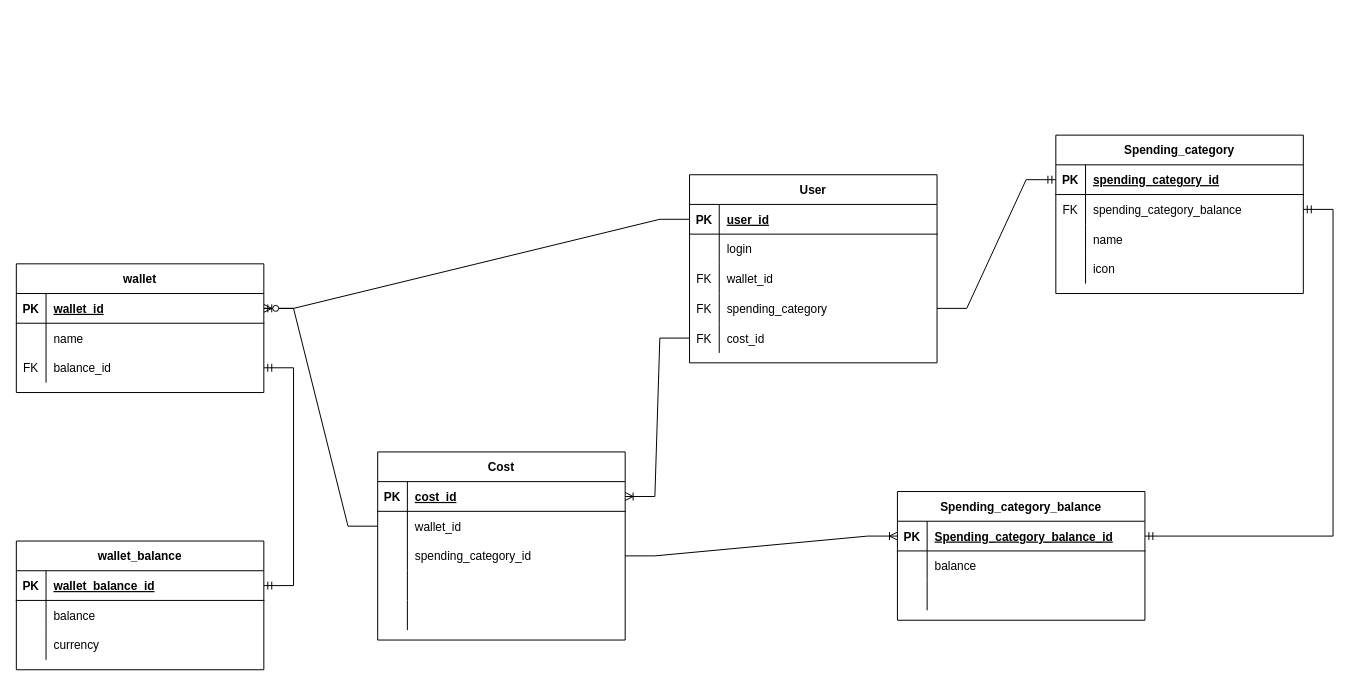
ayratkin/coin-keeper-server keeps this draw.io diagram as Диаграмма без названия.drawio. Above is the earlier version. Source tidied: cells renumbered, new cells numbered last; positions are measured from the earlier drawing's top-left corner, leaving out a move shared by most shapes. Both pictures are drawn from the tidied source at 99%, with x=0, y=0 at pixel (16, 135).
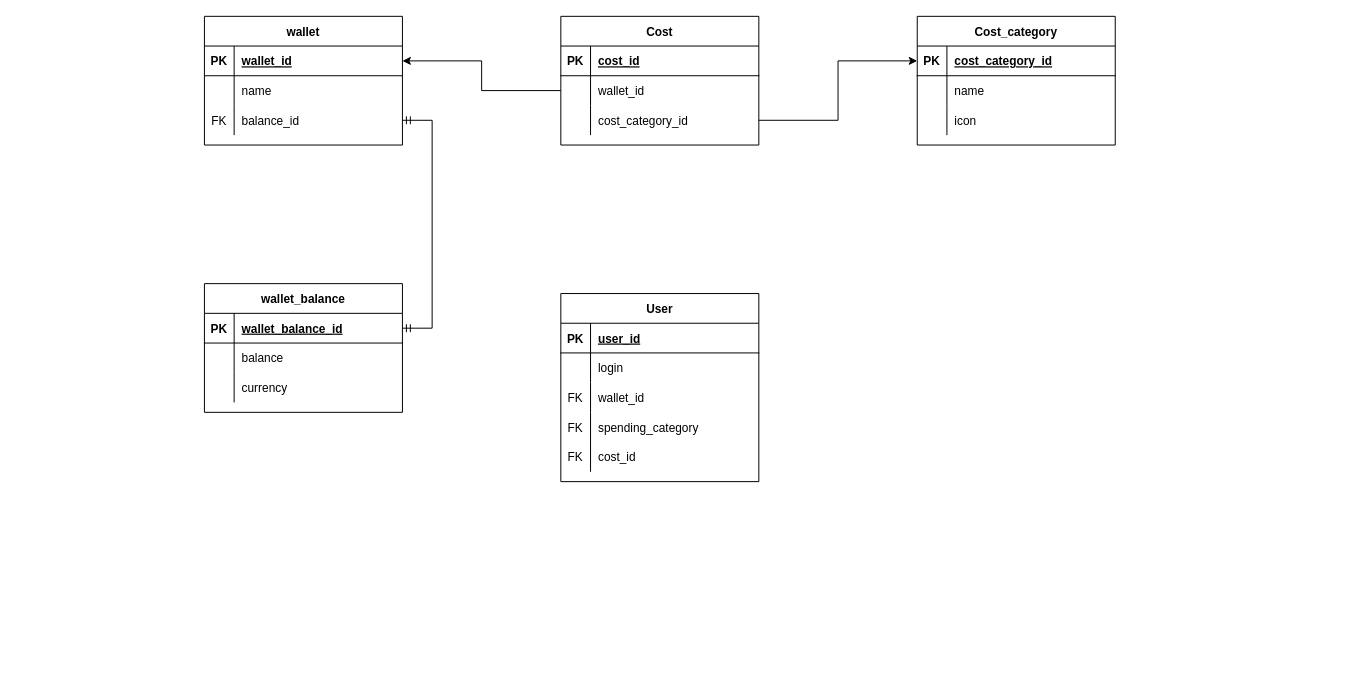
The same diagram, later.

The edit, as a diff of the source:
```diff
@@
     <mxCell id="2" value="wallet_balance" style="shape=table;startSize=30;childLayout=tableLayout;rowLines=0;fontStyle=1;align=center;" parent="1" vertex="1">
-      <mxGeometry y="410" width="250" height="130" as="geometry" />
+      <mxGeometry x="190" y="150" width="200" height="130" as="geometry" />
     </mxCell>
     <mxCell id="3" style="shape=partialRectangle;fillColor=none;points=[[0,0.5],[1,0.5]];portConstraint=eastwest;top=0;left=0;right=0;bottom=1;" parent="2" vertex="1">
-      <mxGeometry y="30" width="250" height="30" as="geometry" />
+      <mxGeometry y="30" width="200" height="30" as="geometry" />
     </mxCell>
@@
     <mxCell id="5" value="wallet_balance_id" style="shape=partialRectangle;overflow=hidden;fillColor=none;top=0;left=0;bottom=0;right=0;align=left;spacingLeft=6;fontStyle=5;" parent="3" vertex="1">
-      <mxGeometry x="30" width="220" height="30" as="geometry" />
+      <mxGeometry x="30" width="170" height="30" as="geometry" />
     </mxCell>
     <mxCell id="6" style="shape=partialRectangle;fillColor=none;top=0;left=0;right=0;bottom=0;" parent="2" vertex="1">
-      <mxGeometry y="60" width="250" height="30" as="geometry" />
+      <mxGeometry y="60" width="200" height="30" as="geometry" />
     </mxCell>
@@
     <mxCell id="8" value="balance" style="shape=partialRectangle;overflow=hidden;fillColor=none;top=0;left=0;bottom=0;right=0;align=left;spacingLeft=6;" parent="6" vertex="1">
-      <mxGeometry x="30" width="220" height="30" as="geometry" />
+      <mxGeometry x="30" width="170" height="30" as="geometry" />
     </mxCell>
     <mxCell id="9" style="shape=partialRectangle;fillColor=none;top=0;left=0;right=0;bottom=0;" parent="2" vertex="1">
-      <mxGeometry y="90" width="250" height="30" as="geometry" />
+      <mxGeometry y="90" width="200" height="30" as="geometry" />
     </mxCell>
@@
     <mxCell id="11" value="currency" style="shape=partialRectangle;overflow=hidden;fillColor=none;top=0;left=0;bottom=0;right=0;align=left;spacingLeft=6;" parent="9" vertex="1">
-      <mxGeometry x="30" width="220" height="30" as="geometry" />
+      <mxGeometry x="30" width="170" height="30" as="geometry" />
     </mxCell>
     <mxCell id="12" value="wallet" style="shape=table;startSize=30;childLayout=tableLayout;rowLines=0;fontStyle=1;align=center;" parent="1" vertex="1">
-      <mxGeometry y="130" width="250" height="130" as="geometry" />
+      <mxGeometry x="190" y="-120" width="200" height="130" as="geometry" />
     </mxCell>
     <mxCell id="13" style="shape=partialRectangle;fillColor=none;points=[[0,0.5],[1,0.5]];portConstraint=eastwest;top=0;left=0;right=0;bottom=1;" parent="12" vertex="1">
-      <mxGeometry y="30" width="250" height="30" as="geometry" />
+      <mxGeometry y="30" width="200" height="30" as="geometry" />
     </mxCell>
@@
     <mxCell id="15" value="wallet_id" style="shape=partialRectangle;overflow=hidden;fillColor=none;top=0;left=0;bottom=0;right=0;align=left;spacingLeft=6;fontStyle=5;" parent="13" vertex="1">
-      <mxGeometry x="30" width="220" height="30" as="geometry" />
+      <mxGeometry x="30" width="170" height="30" as="geometry" />
     </mxCell>
     <mxCell id="16" style="shape=partialRectangle;fillColor=none;top=0;left=0;right=0;bottom=0;" parent="12" vertex="1">
-      <mxGeometry y="60" width="250" height="30" as="geometry" />
+      <mxGeometry y="60" width="200" height="30" as="geometry" />
     </mxCell>
@@
     <mxCell id="18" value="name" style="shape=partialRectangle;overflow=hidden;fillColor=none;top=0;left=0;bottom=0;right=0;align=left;spacingLeft=6;" parent="16" vertex="1">
-      <mxGeometry x="30" width="220" height="30" as="geometry" />
+      <mxGeometry x="30" width="170" height="30" as="geometry" />
     </mxCell>
     <mxCell id="19" style="shape=partialRectangle;fillColor=none;points=[[0,0.5],[1,0.5]];portConstraint=eastwest;top=0;left=0;right=0;bottom=0;" parent="12" vertex="1">
-      <mxGeometry y="90" width="250" height="30" as="geometry" />
+      <mxGeometry y="90" width="200" height="30" as="geometry" />
     </mxCell>
@@
     <mxCell id="21" value="balance_id" style="shape=partialRectangle;overflow=hidden;fillColor=none;top=0;left=0;bottom=0;right=0;align=left;spacingLeft=6;" parent="19" vertex="1">
-      <mxGeometry x="30" width="220" height="30" as="geometry" />
+      <mxGeometry x="30" width="170" height="30" as="geometry" />
     </mxCell>
     <mxCell id="22" value="User" style="shape=table;startSize=30;childLayout=tableLayout;rowLines=0;fontStyle=1;align=center;" parent="1" vertex="1">
-      <mxGeometry x="680" y="40" width="250" height="190" as="geometry" />
+      <mxGeometry x="550" y="160" width="200" height="190" as="geometry" />
     </mxCell>
     <mxCell id="23" style="shape=partialRectangle;fillColor=none;points=[[0,0.5],[1,0.5]];portConstraint=eastwest;top=0;left=0;right=0;bottom=1;" parent="22" vertex="1">
-      <mxGeometry y="30" width="250" height="30" as="geometry" />
+      <mxGeometry y="30" width="200" height="30" as="geometry" />
     </mxCell>
@@
     <mxCell id="25" value="user_id" style="shape=partialRectangle;overflow=hidden;fillColor=none;top=0;left=0;bottom=0;right=0;align=left;spacingLeft=6;fontStyle=5;" parent="23" vertex="1">
-      <mxGeometry x="30" width="220" height="30" as="geometry" />
+      <mxGeometry x="30" width="170" height="30" as="geometry" />
     </mxCell>
     <mxCell id="26" style="shape=partialRectangle;fillColor=none;top=0;left=0;right=0;bottom=0;" parent="22" vertex="1">
-      <mxGeometry y="60" width="250" height="30" as="geometry" />
+      <mxGeometry y="60" width="200" height="30" as="geometry" />
     </mxCell>
@@
     <mxCell id="28" value="login" style="shape=partialRectangle;overflow=hidden;fillColor=none;top=0;left=0;bottom=0;right=0;align=left;spacingLeft=6;" parent="26" vertex="1">
-      <mxGeometry x="30" width="220" height="30" as="geometry" />
+      <mxGeometry x="30" width="170" height="30" as="geometry" />
     </mxCell>
     <mxCell id="29" style="shape=partialRectangle;fillColor=none;top=0;left=0;right=0;bottom=0;" parent="22" vertex="1">
-      <mxGeometry y="90" width="250" height="30" as="geometry" />
+      <mxGeometry y="90" width="200" height="30" as="geometry" />
     </mxCell>
@@
     <mxCell id="31" value="wallet_id" style="shape=partialRectangle;overflow=hidden;fillColor=none;top=0;left=0;bottom=0;right=0;align=left;spacingLeft=6;" parent="29" vertex="1">
-      <mxGeometry x="30" width="220" height="30" as="geometry" />
+      <mxGeometry x="30" width="170" height="30" as="geometry" />
     </mxCell>
     <mxCell id="32" style="shape=partialRectangle;fillColor=none;points=[[0,0.5],[1,0.5]];portConstraint=eastwest;top=0;left=0;right=0;bottom=0;" parent="22" vertex="1">
-      <mxGeometry y="120" width="250" height="30" as="geometry" />
+      <mxGeometry y="120" width="200" height="30" as="geometry" />
     </mxCell>
@@
     <mxCell id="34" value="spending_category" style="shape=partialRectangle;overflow=hidden;fillColor=none;top=0;left=0;bottom=0;right=0;align=left;spacingLeft=6;" parent="32" vertex="1">
-      <mxGeometry x="30" width="220" height="30" as="geometry" />
+      <mxGeometry x="30" width="170" height="30" as="geometry" />
     </mxCell>
     <mxCell id="35" style="shape=partialRectangle;fillColor=none;points=[[0,0.5],[1,0.5]];portConstraint=eastwest;top=0;left=0;right=0;bottom=0;" parent="22" vertex="1">
-      <mxGeometry y="150" width="250" height="30" as="geometry" />
+      <mxGeometry y="150" width="200" height="30" as="geometry" />
     </mxCell>
@@
     <mxCell id="37" value="cost_id" style="shape=partialRectangle;overflow=hidden;fillColor=none;top=0;left=0;bottom=0;right=0;align=left;spacingLeft=6;" parent="35" vertex="1">
-      <mxGeometry x="30" width="220" height="30" as="geometry" />
+      <mxGeometry x="30" width="170" height="30" as="geometry" />
     </mxCell>
-    <mxCell id="38" style="edgeStyle=entityRelationEdgeStyle;fontSize=12;html=1;endArrow=ERoneToMany;rounded=0;" parent="1" edge="1" source="23" target="13">
-      <mxGeometry relative="1" as="geometry" />
-    </mxCell>
-    <mxCell id="39" value="Spending_category" style="shape=table;startSize=30;childLayout=tableLayout;rowLines=0;fontStyle=1;align=center;" parent="1" vertex="1">
-      <mxGeometry x="1050" width="250" height="160" as="geometry" />
+    <mxCell id="39" value="Cost_category" style="shape=table;startSize=30;childLayout=tableLayout;rowLines=0;fontStyle=1;align=center;" parent="1" vertex="1">
+      <mxGeometry x="910" y="-120" width="200" height="130" as="geometry" />
     </mxCell>
     <mxCell id="40" style="shape=partialRectangle;fillColor=none;points=[[0,0.5],[1,0.5]];portConstraint=eastwest;top=0;left=0;right=0;bottom=1;" parent="39" vertex="1">
-      <mxGeometry y="30" width="250" height="30" as="geometry" />
+      <mxGeometry y="30" width="200" height="30" as="geometry" />
     </mxCell>
@@
-    <mxCell id="42" value="spending_category_id" style="shape=partialRectangle;overflow=hidden;fillColor=none;top=0;left=0;bottom=0;right=0;align=left;spacingLeft=6;fontStyle=5;" parent="40" vertex="1">
-      <mxGeometry x="30" width="220" height="30" as="geometry" />
+    <mxCell id="42" value="cost_category_id" style="shape=partialRectangle;overflow=hidden;fillColor=none;top=0;left=0;bottom=0;right=0;align=left;spacingLeft=6;fontStyle=5;" parent="40" vertex="1">
+      <mxGeometry x="30" width="170" height="30" as="geometry" />
     </mxCell>
-    <mxCell id="43" style="shape=partialRectangle;fillColor=none;points=[[0,0.5],[1,0.5]];portConstraint=eastwest;top=0;left=0;right=0;bottom=0;" parent="39" vertex="1">
-      <mxGeometry y="60" width="250" height="30" as="geometry" />
-    </mxCell>
-    <mxCell id="44" value="FK" style="shape=partialRectangle;overflow=hidden;fillColor=none;top=0;left=0;bottom=0;right=0;" parent="43" vertex="1">
-      <mxGeometry width="30" height="30" as="geometry" />
-    </mxCell>
-    <mxCell id="45" value="spending_category_balance" style="shape=partialRectangle;overflow=hidden;fillColor=none;top=0;left=0;bottom=0;right=0;align=left;spacingLeft=6;" parent="43" vertex="1">
-      <mxGeometry x="30" width="220" height="30" as="geometry" />
-    </mxCell>
     <mxCell id="46" style="shape=partialRectangle;fillColor=none;top=0;left=0;right=0;bottom=0;" parent="39" vertex="1">
-      <mxGeometry y="90" width="250" height="30" as="geometry" />
+      <mxGeometry y="60" width="200" height="30" as="geometry" />
     </mxCell>
@@
     <mxCell id="48" value="name" style="shape=partialRectangle;overflow=hidden;fillColor=none;top=0;left=0;bottom=0;right=0;align=left;spacingLeft=6;" parent="46" vertex="1">
-      <mxGeometry x="30" width="220" height="30" as="geometry" />
+      <mxGeometry x="30" width="170" height="30" as="geometry" />
     </mxCell>
     <mxCell id="49" style="shape=partialRectangle;fillColor=none;top=0;left=0;right=0;bottom=0;" parent="39" vertex="1">
-      <mxGeometry y="120" width="250" height="30" as="geometry" />
+      <mxGeometry y="90" width="200" height="30" as="geometry" />
     </mxCell>
@@
     <mxCell id="51" value="icon" style="shape=partialRectangle;overflow=hidden;fillColor=none;top=0;left=0;bottom=0;right=0;align=left;spacingLeft=6;" parent="49" vertex="1">
-      <mxGeometry x="30" width="220" height="30" as="geometry" />
+      <mxGeometry x="30" width="170" height="30" as="geometry" />
     </mxCell>
-    <mxCell id="52" value="Spending_category_balance" style="shape=table;startSize=30;childLayout=tableLayout;rowLines=0;fontStyle=1;align=center;" parent="1" vertex="1">
-      <mxGeometry x="890" y="360" width="250" height="130" as="geometry" />
-    </mxCell>
-    <mxCell id="53" style="shape=partialRectangle;fillColor=none;points=[[0,0.5],[1,0.5]];portConstraint=eastwest;top=0;left=0;right=0;bottom=1;" parent="52" vertex="1">
-      <mxGeometry y="30" width="250" height="30" as="geometry" />
-    </mxCell>
-    <mxCell id="54" value="PK" style="shape=partialRectangle;overflow=hidden;fillColor=none;top=0;left=0;bottom=0;right=0;fontStyle=1;" parent="53" vertex="1">
-      <mxGeometry width="30" height="30" as="geometry" />
-    </mxCell>
-    <mxCell id="55" value="Spending_category_balance_id" style="shape=partialRectangle;overflow=hidden;fillColor=none;top=0;left=0;bottom=0;right=0;align=left;spacingLeft=6;fontStyle=5;" parent="53" vertex="1">
-      <mxGeometry x="30" width="220" height="30" as="geometry" />
-    </mxCell>
-    <mxCell id="56" style="shape=partialRectangle;fillColor=none;top=0;left=0;right=0;bottom=0;" parent="52" vertex="1">
-      <mxGeometry y="60" width="250" height="30" as="geometry" />
-    </mxCell>
-    <mxCell id="57" value=" " style="shape=partialRectangle;overflow=hidden;fillColor=none;top=0;left=0;bottom=0;right=0;" parent="56" vertex="1">
-      <mxGeometry width="30" height="30" as="geometry" />
-    </mxCell>
-    <mxCell id="58" value="balance" style="shape=partialRectangle;overflow=hidden;fillColor=none;top=0;left=0;bottom=0;right=0;align=left;spacingLeft=6;" parent="56" vertex="1">
-      <mxGeometry x="30" width="220" height="30" as="geometry" />
-    </mxCell>
-    <mxCell id="59" style="shape=partialRectangle;fillColor=none;top=0;left=0;right=0;bottom=0;" parent="52" vertex="1">
-      <mxGeometry y="90" width="250" height="30" as="geometry" />
-    </mxCell>
-    <mxCell id="60" style="shape=partialRectangle;overflow=hidden;fillColor=none;top=0;left=0;bottom=0;right=0;" parent="59" vertex="1">
-      <mxGeometry width="30" height="30" as="geometry" />
-    </mxCell>
-    <mxCell id="61" style="shape=partialRectangle;overflow=hidden;fillColor=none;top=0;left=0;bottom=0;right=0;align=left;spacingLeft=6;" parent="59" vertex="1">
-      <mxGeometry x="30" width="220" height="30" as="geometry" />
-    </mxCell>
-    <mxCell id="62" style="edgeStyle=entityRelationEdgeStyle;fontSize=12;html=1;endArrow=ERmandOne;startArrow=ERmandOne;rounded=0;" parent="1" edge="1" source="43" target="53">
-      <mxGeometry relative="1" as="geometry" />
-    </mxCell>
-    <mxCell id="63" style="edgeStyle=entityRelationEdgeStyle;fontSize=12;html=1;endArrow=ERmandOne;rounded=0;" parent="1" edge="1" source="32" target="40">
-      <mxGeometry relative="1" as="geometry" />
-    </mxCell>
     <mxCell id="64" value="Cost" style="shape=table;startSize=30;childLayout=tableLayout;rowLines=0;fontStyle=1;align=center;" parent="1" vertex="1">
-      <mxGeometry x="365" y="320" width="250" height="190" as="geometry" />
+      <mxGeometry x="550" y="-120" width="200" height="130" as="geometry" />
     </mxCell>
     <mxCell id="65" style="shape=partialRectangle;fillColor=none;points=[[0,0.5],[1,0.5]];portConstraint=eastwest;top=0;left=0;right=0;bottom=1;" parent="64" vertex="1">
-      <mxGeometry y="30" width="250" height="30" as="geometry" />
+      <mxGeometry y="30" width="200" height="30" as="geometry" />
     </mxCell>
@@
     <mxCell id="67" value="cost_id" style="shape=partialRectangle;overflow=hidden;fillColor=none;top=0;left=0;bottom=0;right=0;align=left;spacingLeft=6;fontStyle=5;" parent="65" vertex="1">
-      <mxGeometry x="30" width="220" height="30" as="geometry" />
+      <mxGeometry x="30" width="170" height="30" as="geometry" />
     </mxCell>
     <mxCell id="68" style="shape=partialRectangle;fillColor=none;points=[[0,0.5],[1,0.5]];portConstraint=eastwest;top=0;left=0;right=0;bottom=0;" parent="64" vertex="1">
-      <mxGeometry y="60" width="250" height="30" as="geometry" />
+      <mxGeometry y="60" width="200" height="30" as="geometry" />
     </mxCell>
@@
     <mxCell id="70" value="wallet_id" style="shape=partialRectangle;overflow=hidden;fillColor=none;top=0;left=0;bottom=0;right=0;align=left;spacingLeft=6;" parent="68" vertex="1">
-      <mxGeometry x="30" width="220" height="30" as="geometry" />
+      <mxGeometry x="30" width="170" height="30" as="geometry" />
     </mxCell>
     <mxCell id="71" style="shape=partialRectangle;fillColor=none;points=[[0,0.5],[1,0.5]];portConstraint=eastwest;top=0;left=0;right=0;bottom=0;" parent="64" vertex="1">
-      <mxGeometry y="90" width="250" height="30" as="geometry" />
+      <mxGeometry y="90" width="200" height="30" as="geometry" />
     </mxCell>
@@
-    <mxCell id="73" value="spending_category_id" style="shape=partialRectangle;overflow=hidden;fillColor=none;top=0;left=0;bottom=0;right=0;align=left;spacingLeft=6;" parent="71" vertex="1">
-      <mxGeometry x="30" width="220" height="30" as="geometry" />
+    <mxCell id="73" value="cost_category_id" style="shape=partialRectangle;overflow=hidden;fillColor=none;top=0;left=0;bottom=0;right=0;align=left;spacingLeft=6;" parent="71" vertex="1">
+      <mxGeometry x="30" width="170" height="30" as="geometry" />
     </mxCell>
-    <mxCell id="74" style="shape=partialRectangle;fillColor=none;top=0;left=0;right=0;bottom=0;" parent="64" vertex="1">
-      <mxGeometry y="120" width="250" height="30" as="geometry" />
-    </mxCell>
-    <mxCell id="75" style="shape=partialRectangle;overflow=hidden;fillColor=none;top=0;left=0;bottom=0;right=0;" parent="74" vertex="1">
-      <mxGeometry width="30" height="30" as="geometry" />
-    </mxCell>
-    <mxCell id="76" value=" " style="shape=partialRectangle;overflow=hidden;fillColor=none;top=0;left=0;bottom=0;right=0;align=left;spacingLeft=6;" parent="74" vertex="1">
-      <mxGeometry x="30" width="220" height="30" as="geometry" />
-    </mxCell>
-    <mxCell id="77" style="shape=partialRectangle;fillColor=none;top=0;left=0;right=0;bottom=0;" parent="64" vertex="1">
-      <mxGeometry y="150" width="250" height="30" as="geometry" />
-    </mxCell>
-    <mxCell id="78" style="shape=partialRectangle;overflow=hidden;fillColor=none;top=0;left=0;bottom=0;right=0;" parent="77" vertex="1">
-      <mxGeometry width="30" height="30" as="geometry" />
-    </mxCell>
-    <mxCell id="79" value=" " style="shape=partialRectangle;overflow=hidden;fillColor=none;top=0;left=0;bottom=0;right=0;align=left;spacingLeft=6;" parent="77" vertex="1">
-      <mxGeometry x="30" width="220" height="30" as="geometry" />
-    </mxCell>
-    <mxCell id="80" style="edgeStyle=entityRelationEdgeStyle;fontSize=12;html=1;endArrow=ERoneToMany;rounded=0;" parent="1" edge="1" source="35" target="65">
-      <mxGeometry relative="1" as="geometry" />
-    </mxCell>
@@
-    <mxCell id="82" style="edgeStyle=entityRelationEdgeStyle;fontSize=12;html=1;endArrow=ERzeroToOne;endFill=1;rounded=0;" parent="1" edge="1" source="68" target="13">
+    <mxCell id="82" style="edgeStyle=orthogonalEdgeStyle;rounded=0;jettySize=auto;html=1;" parent="1" edge="1" source="68" target="13">
       <mxGeometry relative="1" as="geometry" />
     </mxCell>
-    <mxCell id="83" style="edgeStyle=entityRelationEdgeStyle;fontSize=12;html=1;endArrow=ERoneToMany;rounded=0;" parent="1" edge="1" source="71" target="53">
-      <mxGeometry relative="1" as="geometry" />
-    </mxCell>
+    <mxCell id="84" style="edgeStyle=orthogonalEdgeStyle;rounded=0;jettySize=auto;html=1;" parent="1" edge="1" source="71" target="40">
+      <mxGeometry relative="1" as="geometry" />
+    </mxCell>
```
